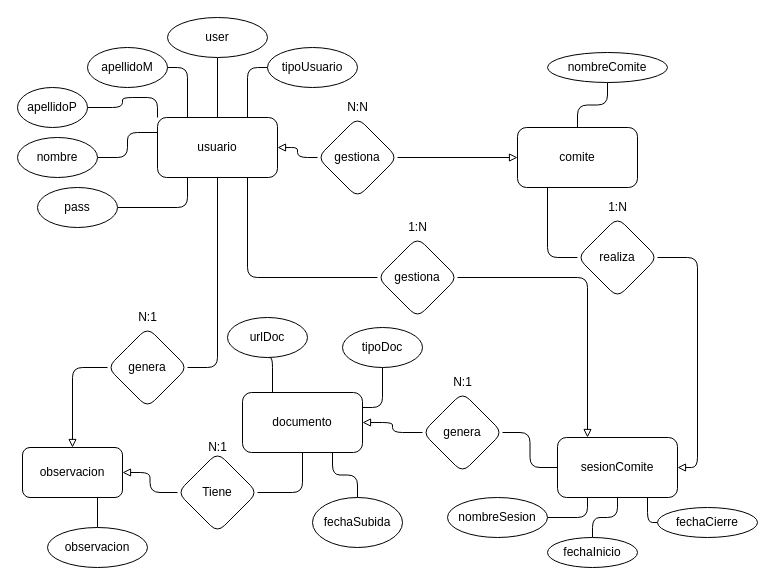
Before: doc/ER.drawio in gabo2600/sesion, a draw.io diagram. Source tidied: cells renumbered, new cells numbered last; positions are measured from the earlier drawing's top-left corner, leaving out a move shared by most shapes. Both pictures are drawn from the tidied source at 100%, with x=0, y=0 at pixel (17, 17).
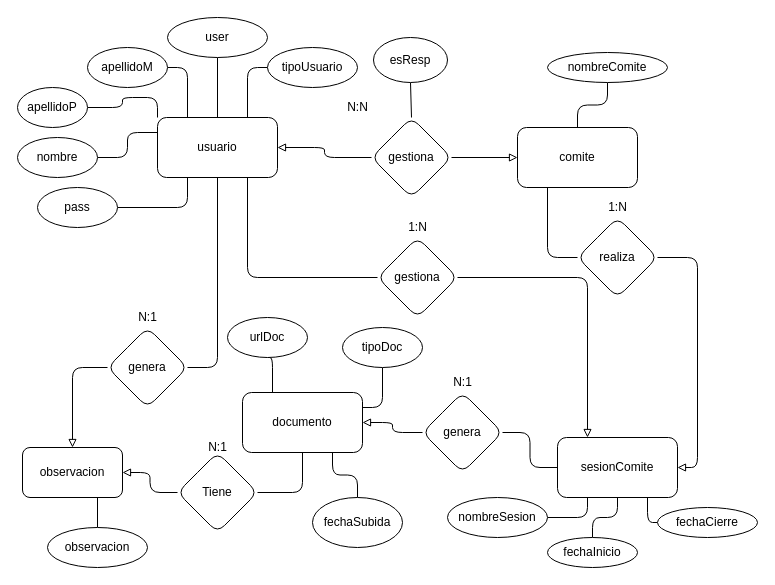
The same page after the edit.

Diff of the diagram source:
```diff
@@
     <mxCell id="28" value="gestiona" style="rhombus;whiteSpace=wrap;html=1;rounded=1;" parent="1" vertex="1">
-      <mxGeometry x="300" y="100" width="80" height="80" as="geometry" />
+      <mxGeometry x="354" y="100" width="80" height="80" as="geometry" />
     </mxCell>
@@
+    <mxCell id="59" style="edgeStyle=none;html=1;exitX=0.5;exitY=1;exitDx=0;exitDy=0;entryX=0.5;entryY=0;entryDx=0;entryDy=0;endArrow=none;endFill=0;" parent="1" edge="1" source="60" target="28">
+      <mxGeometry relative="1" as="geometry" />
+    </mxCell>
+    <mxCell id="60" value="esResp" style="ellipse;whiteSpace=wrap;html=1;" parent="1" vertex="1">
+      <mxGeometry x="356" y="20" width="74" height="45" as="geometry" />
+    </mxCell>
```
